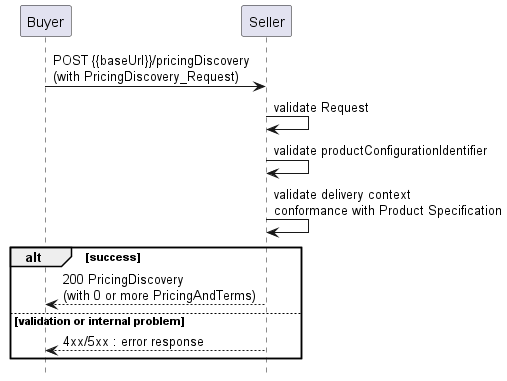
Earlier version of the PlantUML export documentation/productApi/availabilityAndPricingDiscovery/media/uc2flow.png (MEF-GIT/MEF-LSO-Sonata-SDK).
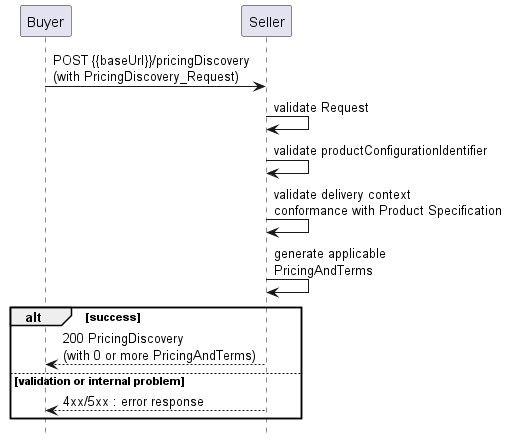
After the commit.

The edit, as a diff of the source:
```diff
@@ -10,6 +10,8 @@
 Seller -> Seller : validate Request
 Seller -> Seller : validate productConfigurationIdentifier
 Seller -> Seller : validate delivery context\nconformance with Product Specification
+Seller -> Seller : generate applicable\nPricingAndTerms
+
 alt success
     Buyer <-- Seller : 200 PricingDiscovery\n(with 0 or more PricingAndTerms)
 else validation or internal problem
```
